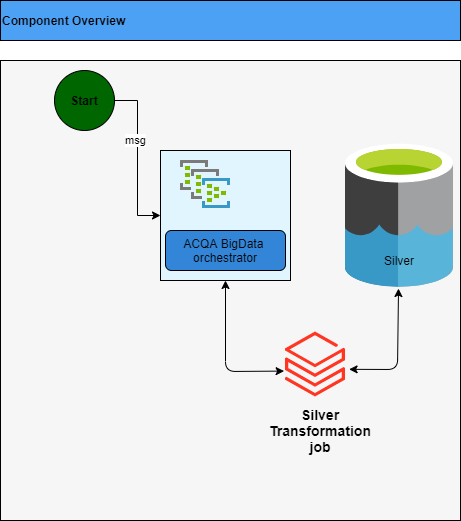
Before: proposal_1.png, a diagram exported from draw.io (mdfarooqii/farooq_demo_project). Source tidied: cells renumbered, new cells last; positions are measured from the earlier drawing's top-left corner, leaving out a move shared by most shapes.
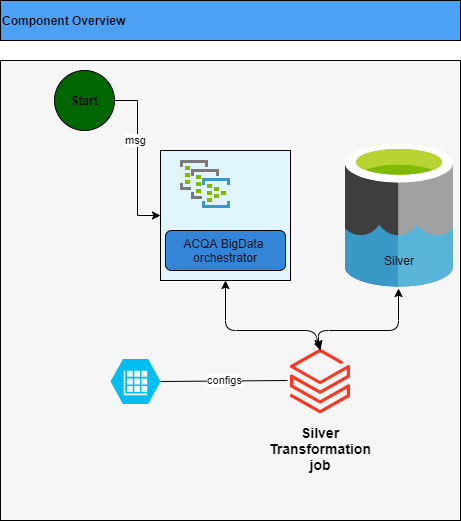
Above is the later version.

The edit, as a diff of the source:
```diff
@@ -15,7 +15,7 @@
       <mxGeometry x="54" y="70" width="60" height="60" as="geometry" />
     </mxCell>
     <mxCell id="6" style="html=1;points=[];align=center;image;fontSize=12;image=img/lib/azure2/analytics/Azure_Databricks.svg;fillColor=#006600;" parent="1" vertex="1">
-      <mxGeometry x="285" y="330" width="60" height="68" as="geometry" />
+      <mxGeometry x="290" y="347" width="60" height="68" as="geometry" />
     </mxCell>
     <mxCell id="7" style="endArrow=classic;startArrow=classic;html=1;exitX=0.5;exitY=0;exitDx=0;exitDy=0;" parent="1" edge="1" source="12">
       <mxGeometry relative="1" as="geometry">
@@ -26,12 +26,14 @@
       <mxGeometry x="410" y="230" width="40" height="20" as="geometry" />
     </mxCell>
     <mxCell id="9" value="&lt;font style=&quot;font-size: 14px&quot;&gt;&lt;b&gt;Silver Transformation job&lt;/b&gt;&lt;/font&gt;" style="text;html=1;strokeColor=none;fillColor=none;align=center;verticalAlign=middle;whiteSpace=wrap;rounded=0;" parent="1" vertex="1">
-      <mxGeometry x="260" y="390" width="120" height="80" as="geometry" />
+      <mxGeometry x="260" y="407.5" width="120" height="80" as="geometry" />
     </mxCell>
-    <mxCell id="10" style="endArrow=classic;startArrow=classic;html=1;entryX=0.489;entryY=1.012;entryDx=0;entryDy=0;exitX=1.06;exitY=0.571;exitDx=0;exitDy=0;exitPerimeter=0;entryPerimeter=0;" parent="1" edge="1" source="6" target="15">
+    <mxCell id="10" style="endArrow=classic;startArrow=classic;html=1;entryX=0.489;entryY=1.012;entryDx=0;entryDy=0;entryPerimeter=0;" parent="1" edge="1" target="15">
       <mxGeometry relative="1" as="geometry">
+        <mxPoint x="318" y="348" as="sourcePoint" />
         <Array as="points">
-          <mxPoint x="397" y="369" />
+          <mxPoint x="318" y="330" />
+          <mxPoint x="398" y="330" />
         </Array>
       </mxGeometry>
     </mxCell>
@@ -44,10 +46,12 @@
     <mxCell id="13" style="html=1;align=center;image;fontSize=12;image=img/lib/mscae/Dedicated_Event_Hub.svg;fillColor=#006600;" parent="1" vertex="1">
       <mxGeometry x="180" y="160" width="50" height="48" as="geometry" />
     </mxCell>
-    <mxCell id="14" style="endArrow=classic;startArrow=classic;html=1;entryX=-0.023;entryY=0.597;entryDx=0;entryDy=0;entryPerimeter=0;exitX=0.5;exitY=1;exitDx=0;exitDy=0;" parent="1" edge="1" source="11" target="6">
+    <mxCell id="14" style="endArrow=classic;startArrow=classic;html=1;exitX=0.5;exitY=1;exitDx=0;exitDy=0;" parent="1" edge="1" source="11">
       <mxGeometry relative="1" as="geometry">
+        <mxPoint x="320" y="350" as="targetPoint" />
         <Array as="points">
-          <mxPoint x="225" y="371" />
+          <mxPoint x="225" y="330" />
+          <mxPoint x="314" y="330" />
         </Array>
       </mxGeometry>
     </mxCell>
@@ -60,5 +64,13 @@
     <mxCell id="17" value="Silver" style="text;html=1;strokeColor=none;fillColor=none;align=center;verticalAlign=middle;whiteSpace=wrap;rounded=0;" parent="1" vertex="1">
       <mxGeometry x="379.2" y="250" width="40" height="20" as="geometry" />
     </mxCell>
+    <mxCell id="18" style="verticalLabelPosition=bottom;html=1;verticalAlign=top;align=center;strokeColor=none;fillColor=#00BEF2;shape=mxgraph.azure.storage_table;" parent="1" vertex="1">
+      <mxGeometry x="110" y="358.5" width="50" height="45" as="geometry" />
+    </mxCell>
+    <mxCell id="19" value="configs" style="endArrow=none;html=1;exitX=1;exitY=0.5;exitDx=0;exitDy=0;exitPerimeter=0;" parent="1" edge="1" source="18">
+      <mxGeometry relative="1" as="geometry">
+        <mxPoint x="287" y="380" as="targetPoint" />
+      </mxGeometry>
+    </mxCell>
   </root>
 </mxGraphModel>
```
